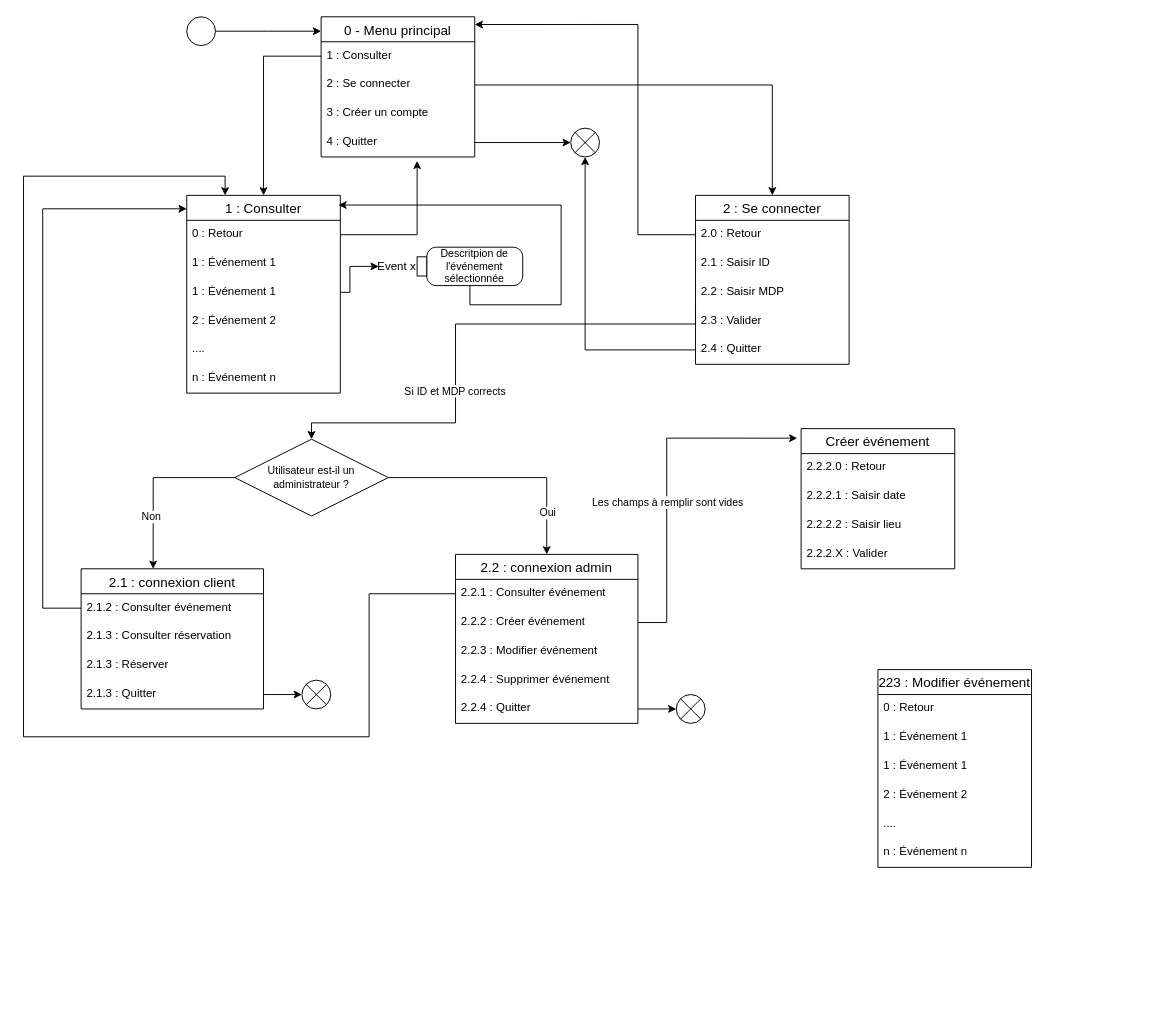
This is doc/menu.drawio from khalidjerrari/ENSAI-Projet-info-2A, a draw.io file, before an edit. Source tidied: cells renumbered, new cells numbered last; positions are measured from the earlier drawing's top-left corner, leaving out a move shared by most shapes. Both pictures are drawn from the tidied source at 96%, with x=0, y=0 at pixel (23, 16).
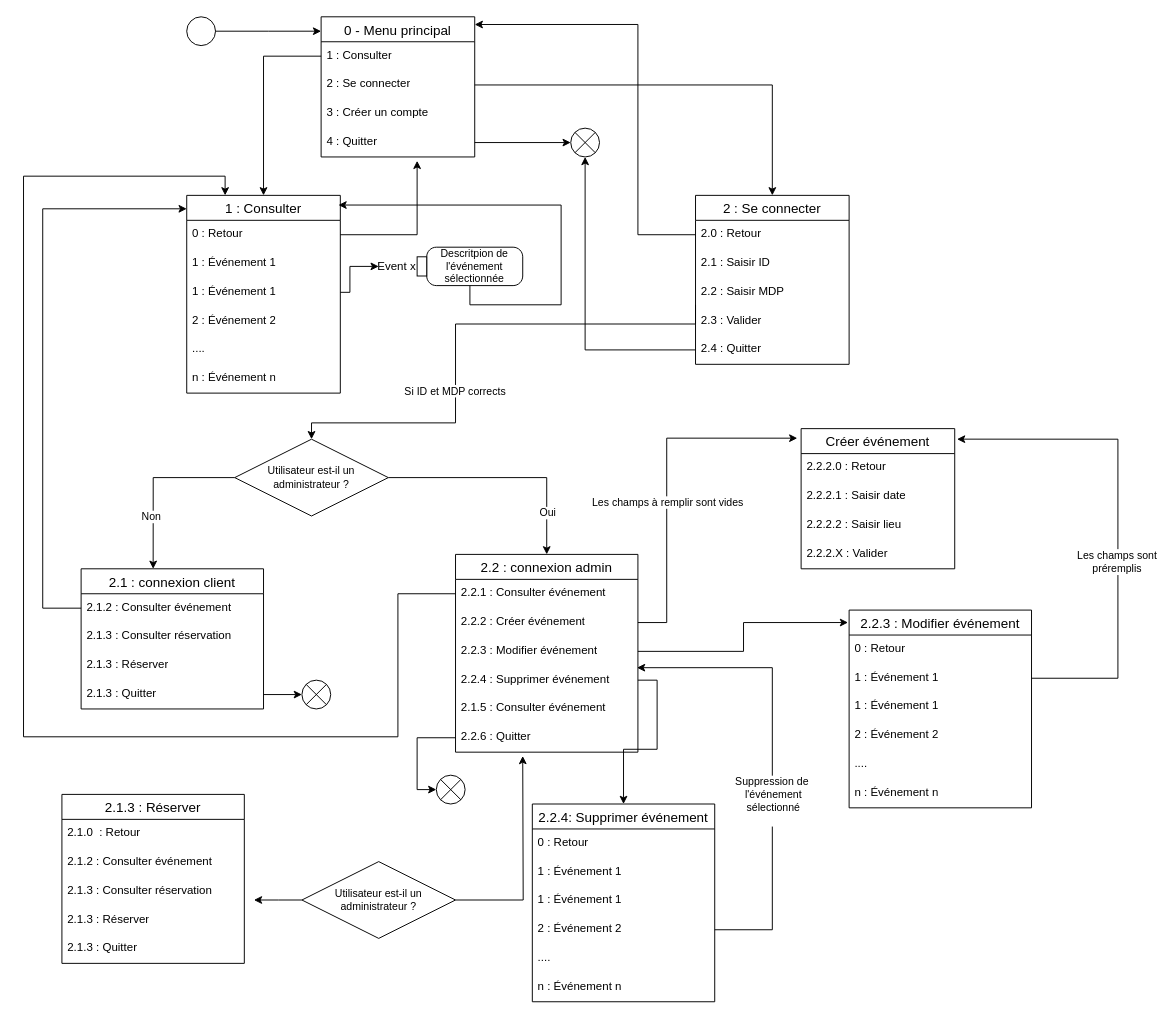
The same diagram, later.

Commit message (it also covers changes not shown here):
Mettre à jour menu.drawio

The change refers to these unchanged cells:
```xml
<mxCell id="7" value="1 : Consulter" style="swimlane;fontStyle=0;horizontal=1;startSize=26;align=center;fontSize=14;" parent="1" vertex="1">
  <mxGeometry x="170" y="186" width="160" height="206" as="geometry" />
</mxCell>
<mxCell id="27" value="2.2.1 : Consulter événement" style="text;strokeColor=none;fillColor=none;spacingLeft=4;spacingRight=4;overflow=hidden;points=[[0,0.5],[1,0.5]];portConstraint=eastwest;fontSize=12;whiteSpace=wrap;html=1;" parent="26" vertex="1">
  <mxGeometry y="26" width="190" height="30" as="geometry" />
</mxCell>
<mxCell id="29" value="2.2.3 : Modifier événement" style="text;strokeColor=none;fillColor=none;spacingLeft=4;spacingRight=4;overflow=hidden;points=[[0,0.5],[1,0.5]];portConstraint=eastwest;fontSize=12;whiteSpace=wrap;html=1;" parent="26" vertex="1">
  <mxGeometry y="86" width="190" height="30" as="geometry" />
</mxCell>
<mxCell id="30" value="2.2.4 : Supprimer événement" style="text;strokeColor=none;fillColor=none;spacingLeft=4;spacingRight=4;overflow=hidden;points=[[0,0.5],[1,0.5]];portConstraint=eastwest;fontSize=12;whiteSpace=wrap;html=1;" parent="26" vertex="1">
  <mxGeometry y="116" width="190" height="30" as="geometry" />
</mxCell>
<mxCell id="57" value="Créer événement" style="swimlane;fontStyle=0;horizontal=1;startSize=26;align=center;fontSize=14;" parent="1" vertex="1">
  <mxGeometry x="810" y="429" width="160" height="146" as="geometry" />
</mxCell>
```

What changed in the source:
```diff
@@
     <mxCell id="26" value="2.2 : connexion admin" style="swimlane;fontStyle=0;horizontal=1;startSize=26;align=center;fontSize=14;" parent="1" vertex="1">
-      <mxGeometry x="450" y="560" width="190" height="176" as="geometry" />
+      <mxGeometry x="450" y="560" width="190" height="206" as="geometry" />
     </mxCell>
@@
+    <mxCell id="71" value="2.1.5 : Consulter événement" style="text;strokeColor=none;fillColor=none;spacingLeft=4;spacingRight=4;overflow=hidden;fontSize=12;whiteSpace=wrap;html=1;" parent="26" vertex="1">
+      <mxGeometry y="146" width="190" height="30" as="geometry" />
+    </mxCell>
-    <mxCell id="31" value="2.2.4 : Quitter" style="text;strokeColor=none;fillColor=none;spacingLeft=4;spacingRight=4;overflow=hidden;points=[[0,0.5],[1,0.5]];portConstraint=eastwest;fontSize=12;whiteSpace=wrap;html=1;" parent="26" vertex="1">
-      <mxGeometry y="146" width="190" height="30" as="geometry" />
+    <mxCell id="31" value="2.2.6 : Quitter" style="text;strokeColor=none;fillColor=none;spacingLeft=4;spacingRight=4;overflow=hidden;points=[[0,0.5],[1,0.5]];portConstraint=eastwest;fontSize=12;whiteSpace=wrap;html=1;" parent="26" vertex="1">
+      <mxGeometry y="176" width="190" height="30" as="geometry" />
     </mxCell>
@@
     <mxCell id="45" style="edgeStyle=orthogonalEdgeStyle;rounded=0;jettySize=auto;html=1;entryX=0.25;entryY=0;entryDx=0;entryDy=0;exitX=0;exitY=0.5;exitDx=0;exitDy=0;" parent="1" edge="1" source="27" target="7">
       <mxGeometry relative="1" as="geometry">
         <Array as="points">
-          <mxPoint x="360" y="601" />
-          <mxPoint x="360" y="750" />
+          <mxPoint x="390" y="601" />
+          <mxPoint x="390" y="750" />
           <mxPoint y="750" />
           <mxPoint y="166" />
           <mxPoint x="210" y="166" />
         </Array>
       </mxGeometry>
     </mxCell>
@@
     <mxCell id="47" style="shape=sumEllipse;perimeter=ellipsePerimeter;html=1;backgroundOutline=1;" parent="1" vertex="1">
-      <mxGeometry x="680" y="706" width="30" height="30" as="geometry" />
+      <mxGeometry x="430" y="790" width="30" height="30" as="geometry" />
     </mxCell>
@@
-    <mxCell id="64" value="223 : Modifier événement" style="swimlane;fontStyle=0;horizontal=1;startSize=26;align=center;fontSize=14;" parent="1" vertex="1">
-      <mxGeometry x="890" y="680" width="160" height="206" as="geometry" />
+    <mxCell id="64" value="2.2.3 : Modifier événement" style="swimlane;fontStyle=0;horizontal=1;startSize=26;align=center;fontSize=14;" parent="1" vertex="1">
+      <mxGeometry x="860" y="618" width="190" height="206" as="geometry" />
     </mxCell>
     <mxCell id="65" value="0 : Retour" style="text;strokeColor=none;fillColor=none;spacingLeft=4;spacingRight=4;overflow=hidden;fontSize=12;whiteSpace=wrap;html=1;" parent="64" vertex="1">
-      <mxGeometry y="26" width="160" height="30" as="geometry" />
+      <mxGeometry y="26" width="190" height="30" as="geometry" />
     </mxCell>
     <mxCell id="66" value="1 : Événement 1" style="text;strokeColor=none;fillColor=none;spacingLeft=4;spacingRight=4;overflow=hidden;points=[[0,0.5],[1,0.5]];portConstraint=eastwest;fontSize=12;whiteSpace=wrap;html=1;" parent="64" vertex="1">
-      <mxGeometry y="56" width="160" height="30" as="geometry" />
+      <mxGeometry y="56" width="190" height="30" as="geometry" />
     </mxCell>
     <mxCell id="67" value="1 : Événement 1" style="text;strokeColor=none;fillColor=none;spacingLeft=4;spacingRight=4;overflow=hidden;fontSize=12;whiteSpace=wrap;html=1;" parent="64" vertex="1">
-      <mxGeometry y="86" width="160" height="30" as="geometry" />
+      <mxGeometry y="86" width="190" height="30" as="geometry" />
     </mxCell>
     <mxCell id="68" value="2 : Événement 2" style="text;strokeColor=none;fillColor=none;spacingLeft=4;spacingRight=4;overflow=hidden;fontSize=12;whiteSpace=wrap;html=1;" parent="64" vertex="1">
-      <mxGeometry y="116" width="160" height="30" as="geometry" />
+      <mxGeometry y="116" width="190" height="30" as="geometry" />
     </mxCell>
     <mxCell id="69" value="...." style="text;strokeColor=none;fillColor=none;spacingLeft=4;spacingRight=4;overflow=hidden;fontSize=12;whiteSpace=wrap;html=1;" parent="64" vertex="1">
-      <mxGeometry y="146" width="160" height="30" as="geometry" />
+      <mxGeometry y="146" width="190" height="30" as="geometry" />
     </mxCell>
     <mxCell id="70" value="n : Événement n" style="text;strokeColor=none;fillColor=none;spacingLeft=4;spacingRight=4;overflow=hidden;fontSize=12;whiteSpace=wrap;html=1;" parent="64" vertex="1">
-      <mxGeometry y="176" width="160" height="30" as="geometry" />
+      <mxGeometry y="176" width="190" height="30" as="geometry" />
     </mxCell>
+    <mxCell id="72" style="edgeStyle=orthogonalEdgeStyle;rounded=0;jettySize=auto;html=1;entryX=-0.006;entryY=0.063;entryDx=0;entryDy=0;entryPerimeter=0;" parent="1" edge="1" source="29" target="64">
+      <mxGeometry relative="1" as="geometry" />
+    </mxCell>
+    <mxCell id="73" value="2.2.4: Supprimer événement" style="swimlane;fontStyle=0;horizontal=1;startSize=26;align=center;fontSize=14;" parent="1" vertex="1">
+      <mxGeometry x="530" y="820" width="190" height="206" as="geometry" />
+    </mxCell>
+    <mxCell id="74" value="0 : Retour" style="text;strokeColor=none;fillColor=none;spacingLeft=4;spacingRight=4;overflow=hidden;fontSize=12;whiteSpace=wrap;html=1;" parent="73" vertex="1">
+      <mxGeometry y="26" width="190" height="30" as="geometry" />
+    </mxCell>
+    <mxCell id="75" value="1 : Événement 1" style="text;strokeColor=none;fillColor=none;spacingLeft=4;spacingRight=4;overflow=hidden;fontSize=12;whiteSpace=wrap;html=1;" parent="73" vertex="1">
+      <mxGeometry y="56" width="190" height="30" as="geometry" />
+    </mxCell>
+    <mxCell id="76" value="1 : Événement 1" style="text;strokeColor=none;fillColor=none;spacingLeft=4;spacingRight=4;overflow=hidden;fontSize=12;whiteSpace=wrap;html=1;" parent="73" vertex="1">
+      <mxGeometry y="86" width="190" height="30" as="geometry" />
+    </mxCell>
+    <mxCell id="77" value="2 : Événement 2" style="text;strokeColor=none;fillColor=none;spacingLeft=4;spacingRight=4;overflow=hidden;points=[[0,0.5],[1,0.5]];portConstraint=eastwest;fontSize=12;whiteSpace=wrap;html=1;" parent="73" vertex="1">
+      <mxGeometry y="116" width="190" height="30" as="geometry" />
+    </mxCell>
+    <mxCell id="78" value="...." style="text;strokeColor=none;fillColor=none;spacingLeft=4;spacingRight=4;overflow=hidden;fontSize=12;whiteSpace=wrap;html=1;" parent="73" vertex="1">
+      <mxGeometry y="146" width="190" height="30" as="geometry" />
+    </mxCell>
+    <mxCell id="79" value="n : Événement n" style="text;strokeColor=none;fillColor=none;spacingLeft=4;spacingRight=4;overflow=hidden;fontSize=12;whiteSpace=wrap;html=1;" parent="73" vertex="1">
+      <mxGeometry y="176" width="190" height="30" as="geometry" />
+    </mxCell>
+    <mxCell id="80" style="edgeStyle=orthogonalEdgeStyle;rounded=0;jettySize=auto;html=1;entryX=0.5;entryY=0;entryDx=0;entryDy=0;" parent="1" edge="1" source="30" target="73">
+      <mxGeometry relative="1" as="geometry" />
+    </mxCell>
+    <mxCell id="81" style="edgeStyle=orthogonalEdgeStyle;rounded=0;jettySize=auto;html=1;entryX=0.995;entryY=1.067;entryDx=0;entryDy=0;entryPerimeter=0;" parent="1" edge="1" source="77" target="29">
+      <mxGeometry relative="1" as="geometry">
+        <Array as="points">
+          <mxPoint x="780" y="951" />
+          <mxPoint x="780" y="678" />
+        </Array>
+      </mxGeometry>
+    </mxCell>
+    <mxCell id="82" value="Suppression de&amp;nbsp;&lt;br&gt;l'événement&lt;br&gt;&lt;div&gt;sélectionné&lt;/div&gt;&lt;div&gt;&lt;br&gt;&lt;/div&gt;" style="edgeLabel;html=1;align=center;verticalAlign=middle;" parent="81" vertex="1">
+      <mxGeometry x="-0.09" y="-2" relative="1" as="geometry">
+        <mxPoint x="-2" y="21" as="offset" />
+      </mxGeometry>
+    </mxCell>
+    <mxCell id="83" style="edgeStyle=orthogonalEdgeStyle;rounded=0;jettySize=auto;html=1;entryX=1.015;entryY=0.075;entryDx=0;entryDy=0;entryPerimeter=0;" parent="1" edge="1" source="66" target="57">
+      <mxGeometry relative="1" as="geometry">
+        <Array as="points">
+          <mxPoint x="1140" y="689" />
+          <mxPoint x="1140" y="440" />
+        </Array>
+      </mxGeometry>
+    </mxCell>
+    <mxCell id="84" value="Les champs sont&lt;br&gt;préremplis" style="edgeLabel;html=1;align=center;verticalAlign=middle;" parent="83" vertex="1">
+      <mxGeometry x="-0.01" y="2" relative="1" as="geometry">
+        <mxPoint y="39" as="offset" />
+      </mxGeometry>
+    </mxCell>
+    <mxCell id="85" value="2.1.3 : Réserver" style="swimlane;fontStyle=0;horizontal=1;startSize=26;align=center;fontSize=14;" parent="1" vertex="1">
+      <mxGeometry x="40" y="810" width="190" height="176" as="geometry" />
+    </mxCell>
+    <mxCell id="86" value="2.1.0&amp;nbsp; : Retour" style="text;strokeColor=none;fillColor=none;spacingLeft=4;spacingRight=4;overflow=hidden;fontSize=12;whiteSpace=wrap;html=1;" parent="85" vertex="1">
+      <mxGeometry y="26" width="190" height="30" as="geometry" />
+    </mxCell>
+    <mxCell id="87" value="2.1.2 : Consulter événement" style="text;strokeColor=none;fillColor=none;spacingLeft=4;spacingRight=4;overflow=hidden;fontSize=12;whiteSpace=wrap;html=1;" parent="85" vertex="1">
+      <mxGeometry y="56" width="190" height="30" as="geometry" />
+    </mxCell>
+    <mxCell id="88" value="2.1.3 : Consulter réservation" style="text;strokeColor=none;fillColor=none;spacingLeft=4;spacingRight=4;overflow=hidden;fontSize=12;whiteSpace=wrap;html=1;" parent="85" vertex="1">
+      <mxGeometry y="86" width="190" height="30" as="geometry" />
+    </mxCell>
+    <mxCell id="89" value="2.1.3 : Réserver" style="text;strokeColor=none;fillColor=none;spacingLeft=4;spacingRight=4;overflow=hidden;fontSize=12;whiteSpace=wrap;html=1;" parent="85" vertex="1">
+      <mxGeometry y="116" width="190" height="30" as="geometry" />
+    </mxCell>
+    <mxCell id="90" value="2.1.3 : Quitter" style="text;strokeColor=none;fillColor=none;spacingLeft=4;spacingRight=4;overflow=hidden;fontSize=12;whiteSpace=wrap;html=1;" parent="85" vertex="1">
+      <mxGeometry y="146" width="190" height="30" as="geometry" />
+    </mxCell>
+    <mxCell id="91" style="edgeStyle=orthogonalEdgeStyle;rounded=0;jettySize=auto;html=1;" parent="1" edge="1" source="93">
+      <mxGeometry relative="1" as="geometry">
+        <mxPoint x="520" y="770" as="targetPoint" />
+      </mxGeometry>
+    </mxCell>
+    <mxCell id="92" style="edgeStyle=orthogonalEdgeStyle;rounded=0;jettySize=auto;html=1;" parent="1" edge="1" source="93">
+      <mxGeometry relative="1" as="geometry">
+        <mxPoint x="240" y="920" as="targetPoint" />
+      </mxGeometry>
+    </mxCell>
+    <mxCell id="93" value="Utilisateur est-il un administrateur ?" style="shape=rhombus;perimeter=rhombusPerimeter;whiteSpace=wrap;html=1;align=center;fontSize=11;" parent="1" vertex="1">
+      <mxGeometry x="290" y="880" width="160" height="80" as="geometry" />
+    </mxCell>
```
